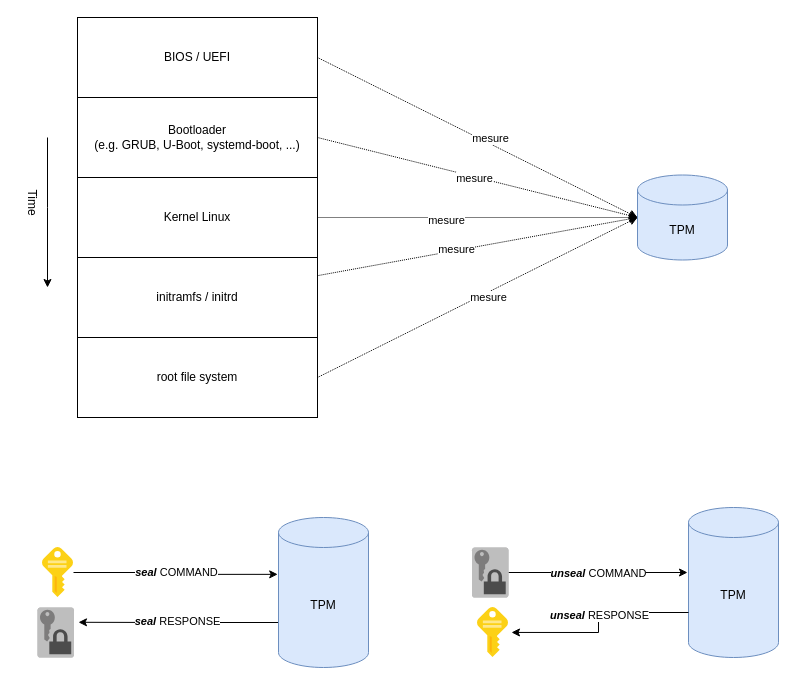
Before: page "01-pill" (1 of 4) of assets/drawio/tpm-pills.drawio in loicsikidi/tpm-pills, a draw.io diagram. Source tidied: cells renumbered, new cells numbered last; positions are measured from the earlier drawing's top-left corner, leaving out a move shared by most shapes. Both pictures are drawn from the tidied source at 100%, with x=0, y=0 at pixel (7, 17).
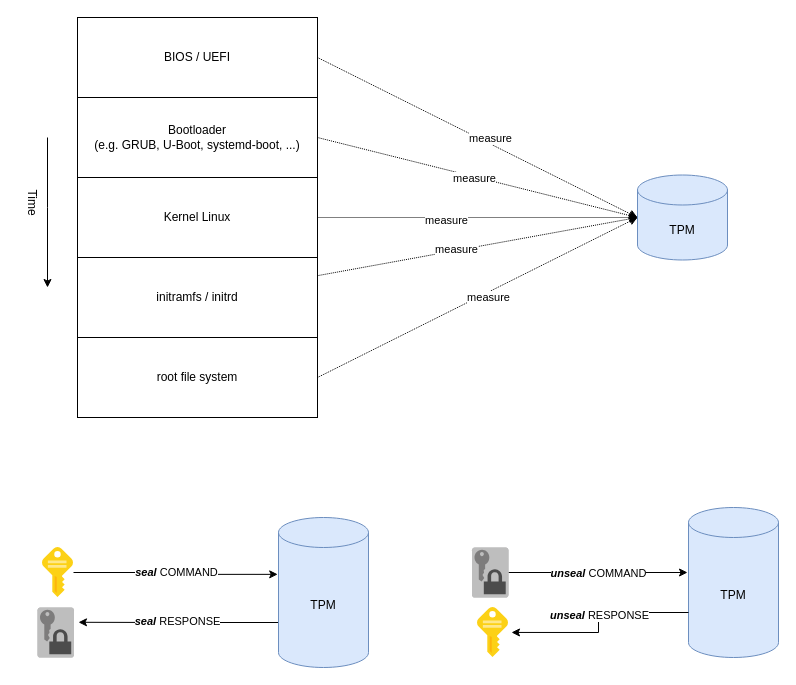
After the change.

Unchanged cells that the change refers to:
```xml
<mxCell id="12" style="rounded=0;jettySize=auto;html=1;exitX=1;exitY=0.5;exitDx=0;exitDy=0;entryX=0;entryY=0.5;entryDx=0;entryDy=0;entryPerimeter=0;dashed=1;dashPattern=1 1;" parent="1" edge="1" source="4" target="11">
  <mxGeometry relative="1" as="geometry" />
</mxCell>
<mxCell id="14" style="rounded=0;jettySize=auto;html=1;exitX=1;exitY=0.5;exitDx=0;exitDy=0;dashed=1;dashPattern=1 1;" parent="1" edge="1" source="5">
  <mxGeometry relative="1" as="geometry">
    <mxPoint x="630" y="200" as="targetPoint" />
  </mxGeometry>
</mxCell>
<mxCell id="16" style="rounded=0;jettySize=auto;html=1;entryX=0;entryY=0.5;entryDx=0;entryDy=0;entryPerimeter=0;dashed=1;dashPattern=1 1;" parent="1" edge="1" source="6" target="11">
  <mxGeometry relative="1" as="geometry" />
</mxCell>
<mxCell id="18" style="rounded=0;jettySize=auto;html=1;entryX=0;entryY=0.5;entryDx=0;entryDy=0;entryPerimeter=0;dashed=1;dashPattern=1 1;" parent="1" edge="1" source="7" target="11">
  <mxGeometry relative="1" as="geometry" />
</mxCell>
<mxCell id="20" style="rounded=0;jettySize=auto;html=1;entryX=0;entryY=0.5;entryDx=0;entryDy=0;entryPerimeter=0;dashed=1;dashPattern=1 1;" parent="1" edge="1" target="11">
  <mxGeometry relative="1" as="geometry">
    <mxPoint x="310" y="360" as="sourcePoint" />
  </mxGeometry>
</mxCell>
```

What changed in the source:
```diff
@@
-    <mxCell id="13" value="mesure" style="edgeLabel;html=1;align=center;verticalAlign=middle;" parent="12" vertex="1">
+    <mxCell id="13" value="measure" style="edgeLabel;html=1;align=center;verticalAlign=middle;" parent="12" vertex="1">
       <mxGeometry x="0.08" y="-1" relative="1" as="geometry">
         <mxPoint y="-7" as="offset" />
       </mxGeometry>
     </mxCell>
@@
-    <mxCell id="15" value="mesure" style="edgeLabel;html=1;align=center;verticalAlign=middle;" parent="14" vertex="1">
+    <mxCell id="15" value="measure" style="edgeLabel;html=1;align=center;verticalAlign=middle;" parent="14" vertex="1">
       <mxGeometry x="-0.02" y="-1" relative="1" as="geometry" />
     </mxCell>
@@
-    <mxCell id="17" value="mesure" style="edgeLabel;html=1;align=center;verticalAlign=middle;" parent="16" vertex="1">
+    <mxCell id="17" value="measure" style="edgeLabel;html=1;align=center;verticalAlign=middle;" parent="16" vertex="1">
       <mxGeometry x="-0.2" y="-2" relative="1" as="geometry" />
     </mxCell>
@@
-    <mxCell id="19" value="mesure" style="edgeLabel;html=1;align=center;verticalAlign=middle;" parent="18" vertex="1">
+    <mxCell id="19" value="measure" style="edgeLabel;html=1;align=center;verticalAlign=middle;" parent="18" vertex="1">
       <mxGeometry x="-0.13" y="1" relative="1" as="geometry" />
     </mxCell>
@@
-    <mxCell id="21" value="mesure" style="edgeLabel;html=1;align=center;verticalAlign=middle;" parent="20" vertex="1">
+    <mxCell id="21" value="measure" style="edgeLabel;html=1;align=center;verticalAlign=middle;" parent="20" vertex="1">
       <mxGeometry x="-0.1" relative="1" as="geometry">
         <mxPoint x="26" y="-8" as="offset" />
       </mxGeometry>
     </mxCell>
```
